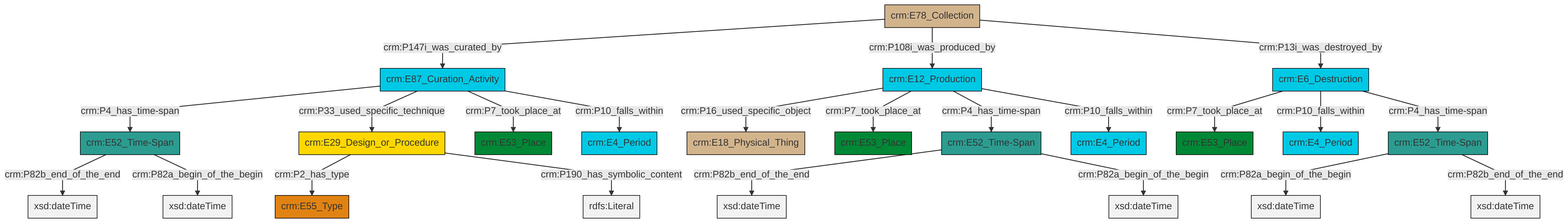
swiss-art-research-net/docs.swissartresearch keeps this Mermaid diagram as et/archivalCSV/ttl/mmd/png/archival_existence.png. Above is the earlier version. Its source is kept beside it as et/archivalCSV/ttl/mmd/archival_existence.ttl.mmd. Its diagram source:
```mermaid
graph TD
classDef Literal fill:#f2f2f2,stroke:#000000;
classDef CRM_Entity fill:#FFFFFF,stroke:#000000;
classDef Temporal_Entity fill:#00C9E6, stroke:#000000;
classDef Type fill:#E18312, stroke:#000000;
classDef Time-Span fill:#2C9C91, stroke:#000000;
classDef Appellation fill:#FFEB7F, stroke:#000000;
classDef Place fill:#008836, stroke:#000000;
classDef Persistent_Item fill:#B266B2, stroke:#000000;
classDef Conceptual_Object fill:#FFD700, stroke:#000000;
classDef Physical_Thing fill:#D2B48C, stroke:#000000;
classDef Actor fill:#f58aad, stroke:#000000;
classDef PC_Classes fill:#4ce600, stroke:#000000;
classDef Multi fill:#cccccc,stroke:#000000;

0["crm:E52_Time-Span"]:::Time-Span -->|crm:P82b_end_of_the_end| 1[xsd:dateTime]:::Literal
2["crm:E6_Destruction"]:::Temporal_Entity -->|crm:P7_took_place_at| 3["crm:E53_Place"]:::Place
12["crm:E87_Curation_Activity"]:::Temporal_Entity -->|crm:P4_has_time-span| 0["crm:E52_Time-Span"]:::Time-Span
15["crm:E52_Time-Span"]:::Time-Span -->|crm:P82b_end_of_the_end| 16[xsd:dateTime]:::Literal
20["crm:E12_Production"]:::Temporal_Entity -->|crm:P16_used_specific_object| 10["crm:E18_Physical_Thing"]:::Physical_Thing
15["crm:E52_Time-Span"]:::Time-Span -->|crm:P82a_begin_of_the_begin| 21[xsd:dateTime]:::Literal
2["crm:E6_Destruction"]:::Temporal_Entity -->|crm:P10_falls_within| 24["crm:E4_Period"]:::Temporal_Entity
0["crm:E52_Time-Span"]:::Time-Span -->|crm:P82a_begin_of_the_begin| 25[xsd:dateTime]:::Literal
20["crm:E12_Production"]:::Temporal_Entity -->|crm:P7_took_place_at| 13["crm:E53_Place"]:::Place
6["crm:E29_Design_or_Procedure"]:::Conceptual_Object -->|crm:P2_has_type| 17["crm:E55_Type"]:::Type
22["crm:E78_Collection"]:::Physical_Thing -->|crm:P147i_was_curated_by| 12["crm:E87_Curation_Activity"]:::Temporal_Entity
22["crm:E78_Collection"]:::Physical_Thing -->|crm:P108i_was_produced_by| 20["crm:E12_Production"]:::Temporal_Entity
6["crm:E29_Design_or_Procedure"]:::Conceptual_Object -->|crm:P190_has_symbolic_content| 28[rdfs:Literal]:::Literal
2["crm:E6_Destruction"]:::Temporal_Entity -->|crm:P4_has_time-span| 4["crm:E52_Time-Span"]:::Time-Span
12["crm:E87_Curation_Activity"]:::Temporal_Entity -->|crm:P33_used_specific_technique| 6["crm:E29_Design_or_Procedure"]:::Conceptual_Object
20["crm:E12_Production"]:::Temporal_Entity -->|crm:P4_has_time-span| 15["crm:E52_Time-Span"]:::Time-Span
12["crm:E87_Curation_Activity"]:::Temporal_Entity -->|crm:P7_took_place_at| 30["crm:E53_Place"]:::Place
12["crm:E87_Curation_Activity"]:::Temporal_Entity -->|crm:P10_falls_within| 8["crm:E4_Period"]:::Temporal_Entity
22["crm:E78_Collection"]:::Physical_Thing -->|crm:P13i_was_destroyed_by| 2["crm:E6_Destruction"]:::Temporal_Entity
20["crm:E12_Production"]:::Temporal_Entity -->|crm:P10_falls_within| 32["crm:E4_Period"]:::Temporal_Entity
4["crm:E52_Time-Span"]:::Time-Span -->|crm:P82a_begin_of_the_begin| 34[xsd:dateTime]:::Literal
4["crm:E52_Time-Span"]:::Time-Span -->|crm:P82b_end_of_the_end| 38[xsd:dateTime]:::Literal
```
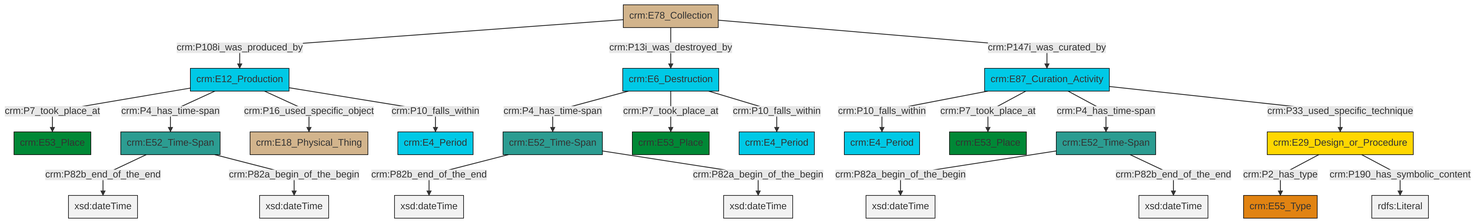
After the commit.

Diff of the diagram source:
```diff
@@ -13,25 +13,25 @@
 classDef PC_Classes fill:#4ce600, stroke:#000000;
 classDef Multi fill:#cccccc,stroke:#000000;
 
-0["crm:E52_Time-Span"]:::Time-Span -->|crm:P82b_end_of_the_end| 1[xsd:dateTime]:::Literal
-2["crm:E6_Destruction"]:::Temporal_Entity -->|crm:P7_took_place_at| 3["crm:E53_Place"]:::Place
-12["crm:E87_Curation_Activity"]:::Temporal_Entity -->|crm:P4_has_time-span| 0["crm:E52_Time-Span"]:::Time-Span
-15["crm:E52_Time-Span"]:::Time-Span -->|crm:P82b_end_of_the_end| 16[xsd:dateTime]:::Literal
-20["crm:E12_Production"]:::Temporal_Entity -->|crm:P16_used_specific_object| 10["crm:E18_Physical_Thing"]:::Physical_Thing
-15["crm:E52_Time-Span"]:::Time-Span -->|crm:P82a_begin_of_the_begin| 21[xsd:dateTime]:::Literal
-2["crm:E6_Destruction"]:::Temporal_Entity -->|crm:P10_falls_within| 24["crm:E4_Period"]:::Temporal_Entity
-0["crm:E52_Time-Span"]:::Time-Span -->|crm:P82a_begin_of_the_begin| 25[xsd:dateTime]:::Literal
-20["crm:E12_Production"]:::Temporal_Entity -->|crm:P7_took_place_at| 13["crm:E53_Place"]:::Place
-6["crm:E29_Design_or_Procedure"]:::Conceptual_Object -->|crm:P2_has_type| 17["crm:E55_Type"]:::Type
-22["crm:E78_Collection"]:::Physical_Thing -->|crm:P147i_was_curated_by| 12["crm:E87_Curation_Activity"]:::Temporal_Entity
-22["crm:E78_Collection"]:::Physical_Thing -->|crm:P108i_was_produced_by| 20["crm:E12_Production"]:::Temporal_Entity
-6["crm:E29_Design_or_Procedure"]:::Conceptual_Object -->|crm:P190_has_symbolic_content| 28[rdfs:Literal]:::Literal
-2["crm:E6_Destruction"]:::Temporal_Entity -->|crm:P4_has_time-span| 4["crm:E52_Time-Span"]:::Time-Span
-12["crm:E87_Curation_Activity"]:::Temporal_Entity -->|crm:P33_used_specific_technique| 6["crm:E29_Design_or_Procedure"]:::Conceptual_Object
-20["crm:E12_Production"]:::Temporal_Entity -->|crm:P4_has_time-span| 15["crm:E52_Time-Span"]:::Time-Span
-12["crm:E87_Curation_Activity"]:::Temporal_Entity -->|crm:P7_took_place_at| 30["crm:E53_Place"]:::Place
-12["crm:E87_Curation_Activity"]:::Temporal_Entity -->|crm:P10_falls_within| 8["crm:E4_Period"]:::Temporal_Entity
-22["crm:E78_Collection"]:::Physical_Thing -->|crm:P13i_was_destroyed_by| 2["crm:E6_Destruction"]:::Temporal_Entity
-20["crm:E12_Production"]:::Temporal_Entity -->|crm:P10_falls_within| 32["crm:E4_Period"]:::Temporal_Entity
-4["crm:E52_Time-Span"]:::Time-Span -->|crm:P82a_begin_of_the_begin| 34[xsd:dateTime]:::Literal
-4["crm:E52_Time-Span"]:::Time-Span -->|crm:P82b_end_of_the_end| 38[xsd:dateTime]:::Literal
+2["crm:E78_Collection"]:::Physical_Thing -->|crm:P108i_was_produced_by| 3["crm:E12_Production"]:::Temporal_Entity
+8["crm:E6_Destruction"]:::Temporal_Entity -->|crm:P4_has_time-span| 9["crm:E52_Time-Span"]:::Time-Span
+6["crm:E29_Design_or_Procedure"]:::Conceptual_Object -->|crm:P2_has_type| 10["crm:E55_Type"]:::Type
+8["crm:E6_Destruction"]:::Temporal_Entity -->|crm:P7_took_place_at| 11["crm:E53_Place"]:::Place
+12["crm:E52_Time-Span"]:::Time-Span -->|crm:P82b_end_of_the_end| 13[xsd:dateTime]:::Literal
+4["crm:E87_Curation_Activity"]:::Temporal_Entity -->|crm:P10_falls_within| 15["crm:E4_Period"]:::Temporal_Entity
+4["crm:E87_Curation_Activity"]:::Temporal_Entity -->|crm:P7_took_place_at| 16["crm:E53_Place"]:::Place
+3["crm:E12_Production"]:::Temporal_Entity -->|crm:P7_took_place_at| 17["crm:E53_Place"]:::Place
+8["crm:E6_Destruction"]:::Temporal_Entity -->|crm:P10_falls_within| 18["crm:E4_Period"]:::Temporal_Entity
+2["crm:E78_Collection"]:::Physical_Thing -->|crm:P13i_was_destroyed_by| 8["crm:E6_Destruction"]:::Temporal_Entity
+20["crm:E52_Time-Span"]:::Time-Span -->|crm:P82a_begin_of_the_begin| 21[xsd:dateTime]:::Literal
+6["crm:E29_Design_or_Procedure"]:::Conceptual_Object -->|crm:P190_has_symbolic_content| 22[rdfs:Literal]:::Literal
+20["crm:E52_Time-Span"]:::Time-Span -->|crm:P82b_end_of_the_end| 24[xsd:dateTime]:::Literal
+12["crm:E52_Time-Span"]:::Time-Span -->|crm:P82a_begin_of_the_begin| 26[xsd:dateTime]:::Literal
+4["crm:E87_Curation_Activity"]:::Temporal_Entity -->|crm:P4_has_time-span| 20["crm:E52_Time-Span"]:::Time-Span
+3["crm:E12_Production"]:::Temporal_Entity -->|crm:P4_has_time-span| 12["crm:E52_Time-Span"]:::Time-Span
+9["crm:E52_Time-Span"]:::Time-Span -->|crm:P82b_end_of_the_end| 31[xsd:dateTime]:::Literal
+2["crm:E78_Collection"]:::Physical_Thing -->|crm:P147i_was_curated_by| 4["crm:E87_Curation_Activity"]:::Temporal_Entity
+9["crm:E52_Time-Span"]:::Time-Span -->|crm:P82a_begin_of_the_begin| 32[xsd:dateTime]:::Literal
+3["crm:E12_Production"]:::Temporal_Entity -->|crm:P16_used_specific_object| 0["crm:E18_Physical_Thing"]:::Physical_Thing
+4["crm:E87_Curation_Activity"]:::Temporal_Entity -->|crm:P33_used_specific_technique| 6["crm:E29_Design_or_Procedure"]:::Conceptual_Object
+3["crm:E12_Production"]:::Temporal_Entity -->|crm:P10_falls_within| 28["crm:E4_Period"]:::Temporal_Entity
```
